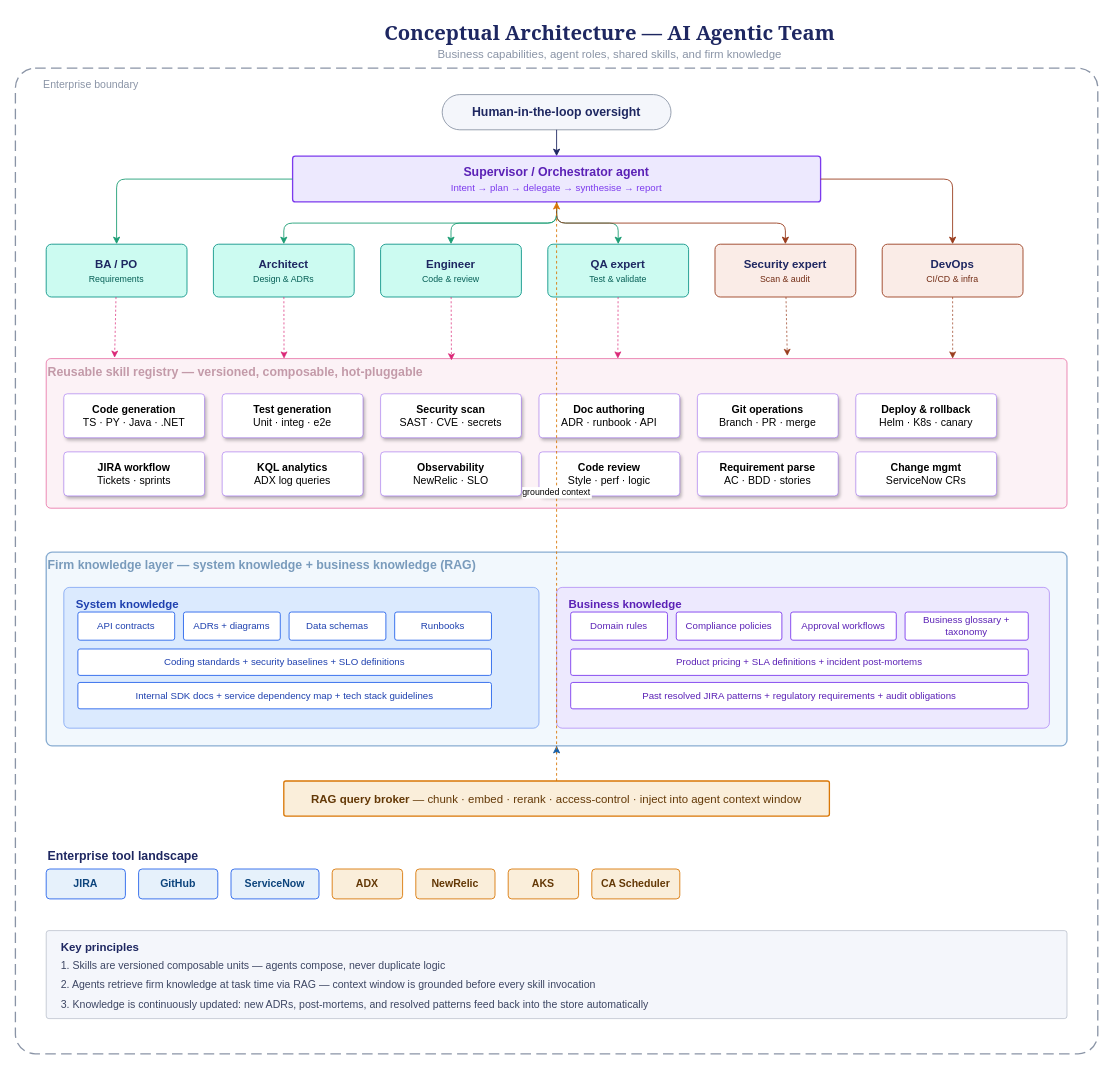
The draw.io diagram docs/rag/01_conceptual_architecture.drawio in joeycmlam/mypoc, before the edit. Source tidied: cells renumbered, new cells numbered last; positions are measured from the earlier drawing's top-left corner, leaving out a move shared by most shapes. Both pictures are drawn from the tidied source at 88%, with x=0, y=0 at pixel (15, 15).
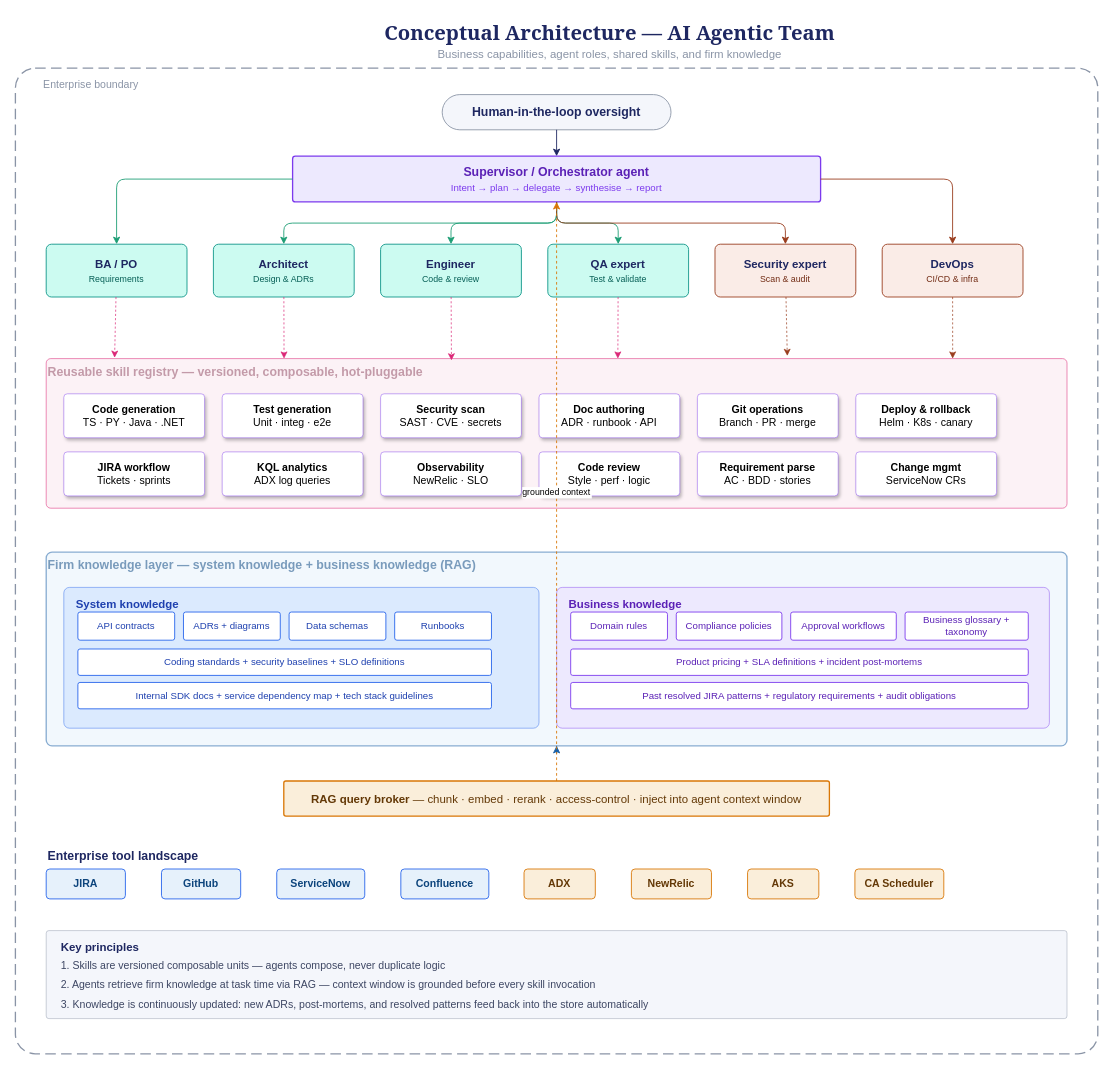
After the change.

Change to the diagram source:
```diff
@@
     <mxCell id="58" value="GitHub" style="rounded=1;whiteSpace=wrap;html=1;arcSize=12;fillColor=#E6F1FB;strokeColor=#2563EB;fontStyle=1;fontSize=12;fontColor=#0C447C;" parent="1" vertex="1">
-      <mxGeometry x="140" y="970" width="90" height="34" as="geometry" />
+      <mxGeometry x="166" y="970" width="90" height="34" as="geometry" />
     </mxCell>
     <mxCell id="59" value="ServiceNow" style="rounded=1;whiteSpace=wrap;html=1;arcSize=12;fillColor=#E6F1FB;strokeColor=#2563EB;fontStyle=1;fontSize=12;fontColor=#0C447C;" parent="1" vertex="1">
-      <mxGeometry x="245" y="970" width="100" height="34" as="geometry" />
+      <mxGeometry x="297" y="970" width="100" height="34" as="geometry" />
     </mxCell>
     <mxCell id="60" value="ADX" style="rounded=1;whiteSpace=wrap;html=1;arcSize=12;fillColor=#FAEEDA;strokeColor=#D97706;fontStyle=1;fontSize=12;fontColor=#633806;" parent="1" vertex="1">
-      <mxGeometry x="360" y="970" width="80" height="34" as="geometry" />
+      <mxGeometry x="578" y="970" width="81" height="34" as="geometry" />
     </mxCell>
     <mxCell id="61" value="NewRelic" style="rounded=1;whiteSpace=wrap;html=1;arcSize=12;fillColor=#FAEEDA;strokeColor=#D97706;fontStyle=1;fontSize=12;fontColor=#633806;" parent="1" vertex="1">
-      <mxGeometry x="455" y="970" width="90" height="34" as="geometry" />
+      <mxGeometry x="700" y="970" width="91" height="34" as="geometry" />
     </mxCell>
     <mxCell id="62" value="AKS" style="rounded=1;whiteSpace=wrap;html=1;arcSize=12;fillColor=#FAEEDA;strokeColor=#D97706;fontStyle=1;fontSize=12;fontColor=#633806;" parent="1" vertex="1">
-      <mxGeometry x="560" y="970" width="80" height="34" as="geometry" />
+      <mxGeometry x="832" y="970" width="81" height="34" as="geometry" />
     </mxCell>
     <mxCell id="63" value="CA Scheduler" style="rounded=1;whiteSpace=wrap;html=1;arcSize=12;fillColor=#FAEEDA;strokeColor=#D97706;fontStyle=1;fontSize=12;fontColor=#633806;" parent="1" vertex="1">
-      <mxGeometry x="655" y="970" width="100" height="34" as="geometry" />
+      <mxGeometry x="954" y="970" width="101" height="34" as="geometry" />
     </mxCell>
@@
+    <mxCell id="75" value="Confluence" style="rounded=1;whiteSpace=wrap;html=1;arcSize=12;fillColor=#E6F1FB;strokeColor=#2563EB;fontStyle=1;fontSize=12;fontColor=#0C447C;" parent="1" vertex="1">
+      <mxGeometry x="438" y="970" width="100" height="34" as="geometry" />
+    </mxCell>
```
